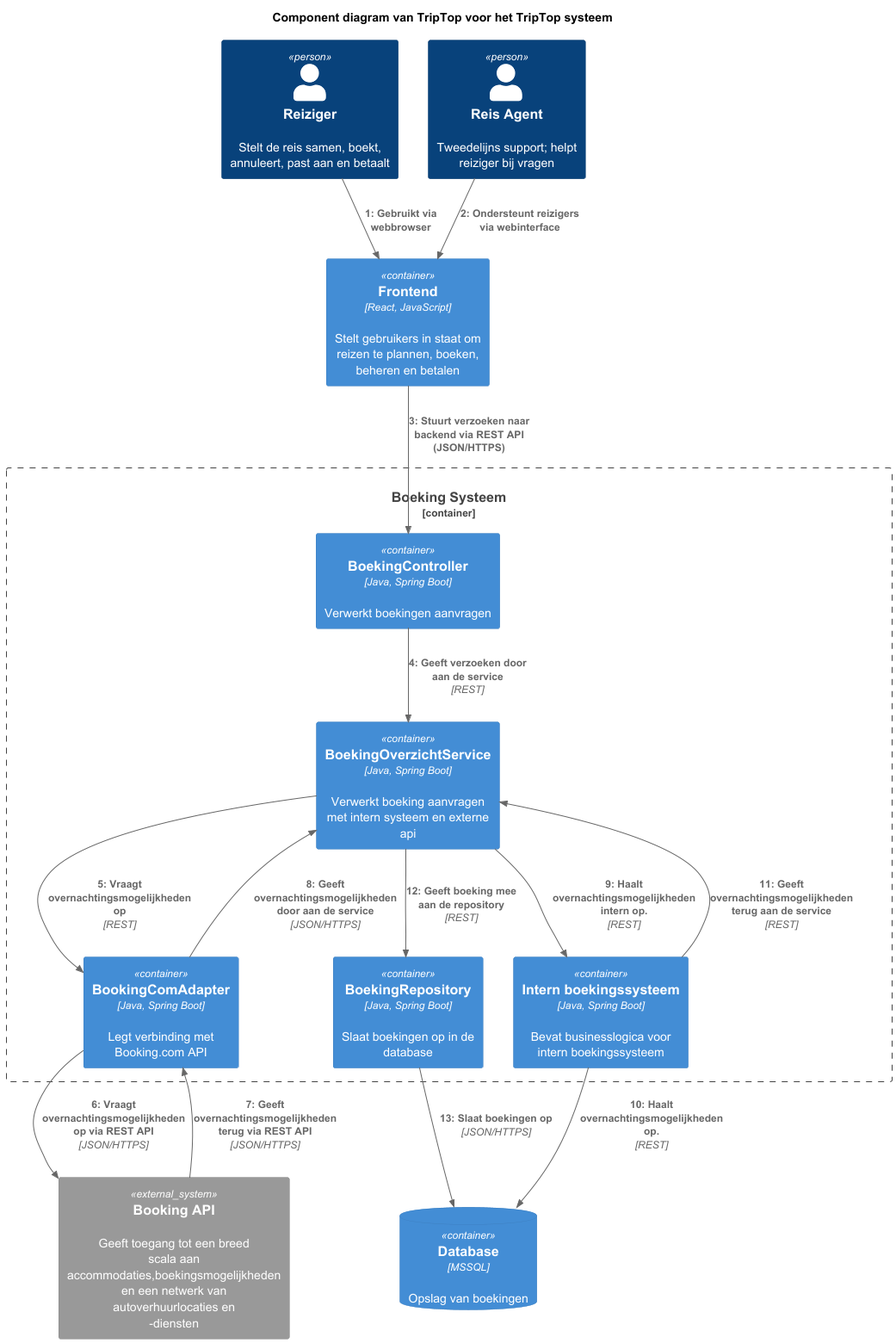
Earlier version of the PlantUML export software-guidebook/component-code/sybren/dynamische-component-diagram.png (AIM-ENE-feb25/triptop-asas). The source it was exported from:
```plantuml
@startuml
!include https://raw.githubusercontent.com/plantuml-stdlib/C4-PlantUML/master/C4_Dynamic.puml

title Component diagram van TripTop voor het TripTop systeem

Person(reiziger, "Reiziger", "Stelt de reis samen, boekt, annuleert, past aan en betaalt")
Person(ondersteuner, "Reis Agent", "Tweedelijns support; helpt reiziger bij vragen")

Container_Boundary(triptop, "Boeking Systeem") {
    Container(controller, "BoekingController", "Java, Spring Boot", "Verwerkt boekingen aanvragen")
    Container(boeking_overzicht_service, BoekingOverzichtService, "Java, Spring Boot", "Verwerkt boeking aanvragen met intern systeem en externe api")
    Container(boeking_repository, "BoekingRepository", "Java, Spring Boot", "Slaat boekingen op in de database")
    Container(booking_com_adapter, "BookingComAdapter", "Java, Spring Boot", "Legt verbinding met Booking.com API")
    Container(intern_boeking_systeem, "Intern boekingssysteem", "Java, Spring Boot", "Bevat businesslogica voor intern boekingssysteem")
}

 Container(frontend, "Frontend", "React, JavaScript", "Stelt gebruikers in staat om reizen te plannen, boeken, beheren en betalen")
 ContainerDb(database, "Database", "MSSQL", "Opslag van boekingen")

System_Ext(booking, "Booking API ", "Geeft toegang tot een breed scala aan accommodaties,boekingsmogelijkheden en een netwerk van autoverhuurlocaties en -diensten")


Rel(reiziger, frontend, "Gebruikt via webbrowser")
Rel(ondersteuner, frontend, "Ondersteunt reizigers via webinterface")

Rel(frontend, controller, "Stuurt verzoeken naar backend via REST API (JSON/HTTPS)")
Rel(controller, boeking_overzicht_service, "Geeft verzoeken door aan de service", "REST")
Rel(boeking_overzicht_service, booking_com_adapter, "Vraagt overnachtingsmogelijkheden op", "REST")
Rel_U(booking_com_adapter, booking, "Vraagt overnachtingsmogelijkheden op via REST API", "JSON/HTTPS")
Rel_U(booking, booking_com_adapter, "Geeft overnachtingsmogelijkheden terug via REST API", "JSON/HTTPS")
Rel_U(booking_com_adapter, boeking_overzicht_service, "Geeft overnachtingsmogelijkheden door aan de service", "JSON/HTTPS")
Rel(boeking_overzicht_service, intern_boeking_systeem, "Haalt overnachtingsmogelijkheden intern op.", "REST")
Rel(intern_boeking_systeem, database, "Haalt overnachtingsmogelijkheden op.", "REST")
Rel_U(intern_boeking_systeem, boeking_overzicht_service, "Geeft overnachtingsmogelijkheden terug aan de service", "REST")
Rel(boeking_overzicht_service, boeking_repository, "Geeft boeking mee aan de repository", "REST")
Rel(boeking_repository, database, "Slaat boekingen op", "JSON/HTTPS")
@enduml
```
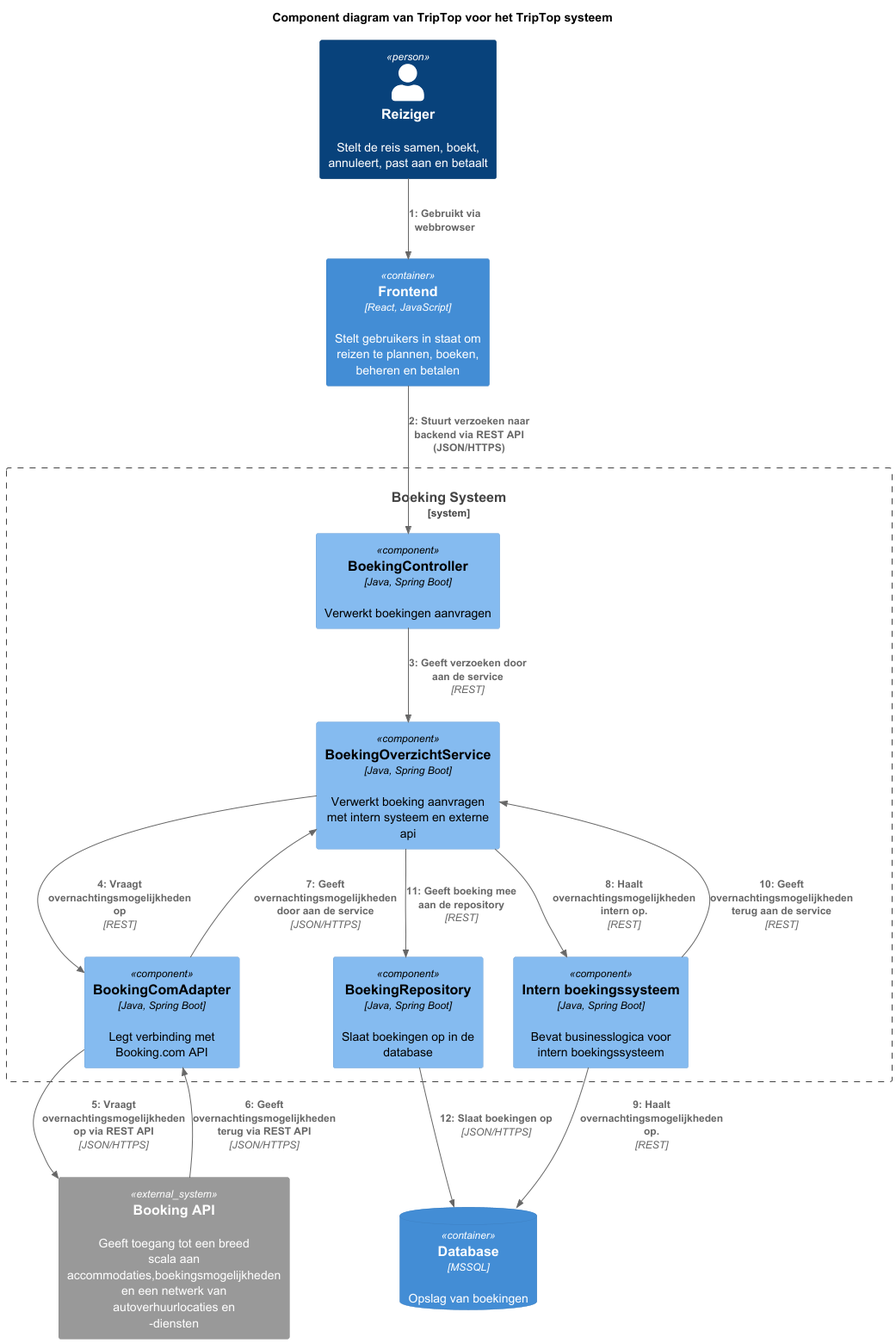
Later version of the same file.

Commit message:
Added personal diagrams to software guidebook

What changed in the source:
```diff
@@ -4,14 +4,13 @@
 title Component diagram van TripTop voor het TripTop systeem
 
 Person(reiziger, "Reiziger", "Stelt de reis samen, boekt, annuleert, past aan en betaalt")
-Person(ondersteuner, "Reis Agent", "Tweedelijns support; helpt reiziger bij vragen")
 
-Container_Boundary(triptop, "Boeking Systeem") {
-    Container(controller, "BoekingController", "Java, Spring Boot", "Verwerkt boekingen aanvragen")
-    Container(boeking_overzicht_service, BoekingOverzichtService, "Java, Spring Boot", "Verwerkt boeking aanvragen met intern systeem en externe api")
-    Container(boeking_repository, "BoekingRepository", "Java, Spring Boot", "Slaat boekingen op in de database")
-    Container(booking_com_adapter, "BookingComAdapter", "Java, Spring Boot", "Legt verbinding met Booking.com API")
-    Container(intern_boeking_systeem, "Intern boekingssysteem", "Java, Spring Boot", "Bevat businesslogica voor intern boekingssysteem")
+System_Boundary(triptop, "Boeking Systeem") {
+    Component(controller, "BoekingController", "Java, Spring Boot", "Verwerkt boekingen aanvragen")
+    Component(boeking_overzicht_service, BoekingOverzichtService, "Java, Spring Boot", "Verwerkt boeking aanvragen met intern systeem en externe api")
+    Component(boeking_repository, "BoekingRepository", "Java, Spring Boot", "Slaat boekingen op in de database")
+    Component(booking_com_adapter, "BookingComAdapter", "Java, Spring Boot", "Legt verbinding met Booking.com API")
+    Component(intern_boeking_systeem, "Intern boekingssysteem", "Java, Spring Boot", "Bevat businesslogica voor intern boekingssysteem")
 }
 
  Container(frontend, "Frontend", "React, JavaScript", "Stelt gebruikers in staat om reizen te plannen, boeken, beheren en betalen")
@@ -21,7 +20,6 @@
 
 
 Rel(reiziger, frontend, "Gebruikt via webbrowser")
-Rel(ondersteuner, frontend, "Ondersteunt reizigers via webinterface")
 
 Rel(frontend, controller, "Stuurt verzoeken naar backend via REST API (JSON/HTTPS)")
 Rel(controller, boeking_overzicht_service, "Geeft verzoeken door aan de service", "REST")
```
